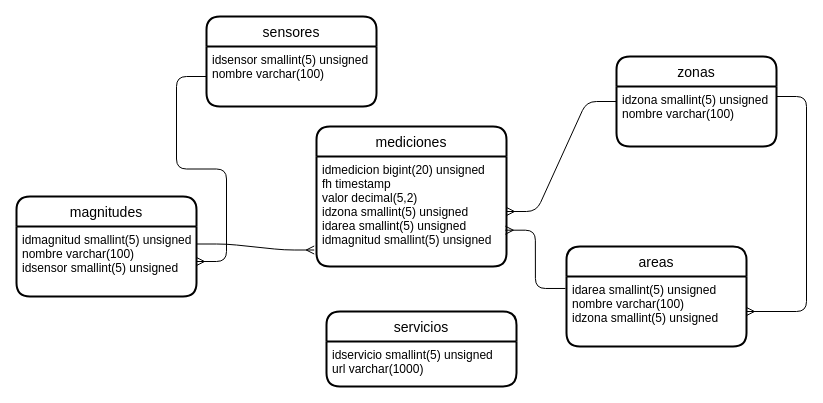
Above: app/01_doc/diagramas_modelos/Diagrama2.drawio in moimu/pr200 (draw.io), before the change. Source tidied: cells renumbered, new cells numbered last; positions are measured from the earlier drawing's top-left corner, leaving out a move shared by most shapes. Both pictures are drawn from the tidied source at 100%, with x=0, y=0 at pixel (16, 16).
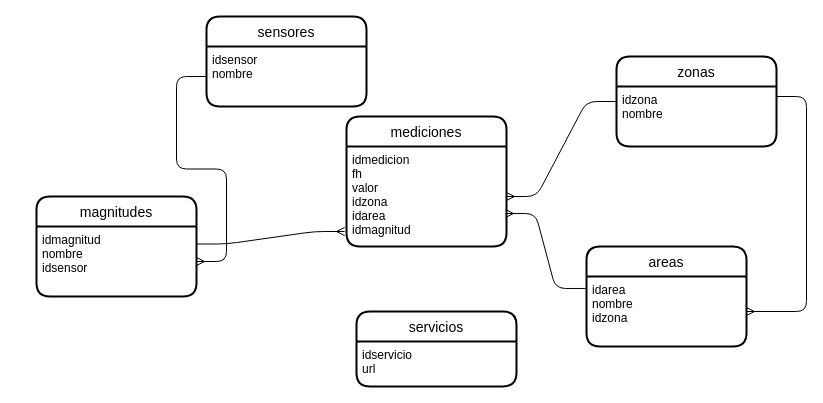
Above is the later version.

Unchanged cells that the change refers to:
```xml
<mxCell id="5" value="zonas" style="swimlane;horizontal=1;startSize=30;rounded=1;fontSize=14;fontStyle=0;strokeWidth=2;shadow=0;dashed=0;align=center;" parent="1" vertex="1">
  <mxGeometry x="600" y="40" width="160" height="90" as="geometry" />
</mxCell>
```

Change to the diagram source:
```diff
@@
     <mxCell id="2" value="servicios" style="swimlane;horizontal=1;startSize=30;rounded=1;fontSize=14;fontStyle=0;strokeWidth=2;shadow=0;dashed=0;align=center;" parent="1" vertex="1">
-      <mxGeometry x="310" y="295" width="190" height="75" as="geometry" />
+      <mxGeometry x="340" y="295" width="160" height="75" as="geometry" />
     </mxCell>
-    <mxCell id="3" value="idservicio smallint(5) unsigned&#10;url varchar(1000)&#10;" style="align=left;strokeColor=none;fillColor=none;spacingLeft=4;fontSize=12;verticalAlign=top;" parent="2" vertex="1">
-      <mxGeometry y="30" width="190" height="45" as="geometry" />
+    <mxCell id="3" value="idservicio&#10;url&#10;" style="align=left;strokeColor=none;fillColor=none;spacingLeft=4;fontSize=12;verticalAlign=top;" parent="2" vertex="1">
+      <mxGeometry y="30" width="160" height="45" as="geometry" />
     </mxCell>
@@
-    <mxCell id="6" value="idzona smallint(5) unsigned&#10;nombre varchar(100)" style="align=left;strokeColor=none;fillColor=none;spacingLeft=4;fontSize=12;verticalAlign=top;" parent="5" vertex="1">
+    <mxCell id="6" value="idzona&#10;nombre" style="align=left;strokeColor=none;fillColor=none;spacingLeft=4;fontSize=12;verticalAlign=top;" parent="5" vertex="1">
       <mxGeometry y="30" width="160" height="60" as="geometry" />
     </mxCell>
     <mxCell id="7" value="areas" style="swimlane;horizontal=1;startSize=30;rounded=1;fontSize=14;fontStyle=0;strokeWidth=2;shadow=0;dashed=0;align=center;" parent="1" vertex="1">
-      <mxGeometry x="550" y="230" width="180" height="100" as="geometry" />
+      <mxGeometry x="570" y="230" width="160" height="100" as="geometry" />
     </mxCell>
-    <mxCell id="8" value="idarea smallint(5) unsigned&#10;nombre varchar(100)&#10;idzona smallint(5) unsigned&#10;" style="align=left;strokeColor=none;fillColor=none;spacingLeft=4;fontSize=12;verticalAlign=top;" parent="7" vertex="1">
-      <mxGeometry y="30" width="180" height="70" as="geometry" />
+    <mxCell id="8" value="idarea&#10;nombre&#10;idzona&#10;" style="align=left;strokeColor=none;fillColor=none;spacingLeft=4;fontSize=12;verticalAlign=top;" parent="7" vertex="1">
+      <mxGeometry y="30" width="160" height="70" as="geometry" />
     </mxCell>
     <mxCell id="9" value="mediciones" style="swimlane;horizontal=1;startSize=30;rounded=1;fontSize=14;fontStyle=0;strokeWidth=2;shadow=0;dashed=0;align=center;" parent="1" vertex="1">
-      <mxGeometry x="300" y="110" width="190" height="140" as="geometry" />
+      <mxGeometry x="330" y="100" width="160" height="130" as="geometry" />
     </mxCell>
-    <mxCell id="10" value="idmedicion bigint(20) unsigned&#10;fh timestamp&#10;valor decimal(5,2)&#10;idzona smallint(5) unsigned&#10;idarea smallint(5) unsigned&#10;idmagnitud smallint(5) unsigned&#10;" style="align=left;strokeColor=none;fillColor=none;spacingLeft=4;fontSize=12;verticalAlign=top;" parent="9" vertex="1">
-      <mxGeometry y="30" width="190" height="110" as="geometry" />
+    <mxCell id="10" value="idmedicion&#10;fh&#10;valor&#10;idzona&#10;idarea&#10;idmagnitud&#10;" style="align=left;strokeColor=none;fillColor=none;spacingLeft=4;fontSize=12;verticalAlign=top;" parent="9" vertex="1">
+      <mxGeometry y="30" width="160" height="100" as="geometry" />
     </mxCell>
     <mxCell id="11" value="magnitudes" style="swimlane;horizontal=1;startSize=30;rounded=1;fontSize=14;fontStyle=0;strokeWidth=2;shadow=0;dashed=0;align=center;" parent="1" vertex="1">
-      <mxGeometry y="180" width="180" height="100" as="geometry" />
+      <mxGeometry x="20" y="180" width="160" height="100" as="geometry" />
     </mxCell>
-    <mxCell id="12" value="idmagnitud smallint(5) unsigned&#10;nombre varchar(100)&#10;idsensor smallint(5) unsigned" style="align=left;strokeColor=none;fillColor=none;spacingLeft=4;fontSize=12;verticalAlign=top;" parent="11" vertex="1">
-      <mxGeometry y="30" width="180" height="70" as="geometry" />
+    <mxCell id="12" value="idmagnitud&#10;nombre&#10;idsensor" style="align=left;strokeColor=none;fillColor=none;spacingLeft=4;fontSize=12;verticalAlign=top;" parent="11" vertex="1">
+      <mxGeometry y="30" width="160" height="70" as="geometry" />
     </mxCell>
     <mxCell id="13" value="sensores" style="swimlane;horizontal=1;startSize=30;rounded=1;fontSize=14;fontStyle=0;strokeWidth=2;shadow=0;dashed=0;align=center;" parent="1" vertex="1">
-      <mxGeometry x="190" width="170" height="90" as="geometry" />
+      <mxGeometry x="190" width="160" height="90" as="geometry" />
     </mxCell>
-    <mxCell id="14" value="idsensor smallint(5) unsigned&#10;nombre varchar(100)" style="align=left;strokeColor=none;fillColor=none;spacingLeft=4;fontSize=12;verticalAlign=top;" parent="13" vertex="1">
-      <mxGeometry y="30" width="170" height="60" as="geometry" />
+    <mxCell id="14" value="idsensor&#10;nombre" style="align=left;strokeColor=none;fillColor=none;spacingLeft=4;fontSize=12;verticalAlign=top;" parent="13" vertex="1">
+      <mxGeometry y="30" width="160" height="60" as="geometry" />
     </mxCell>
```
